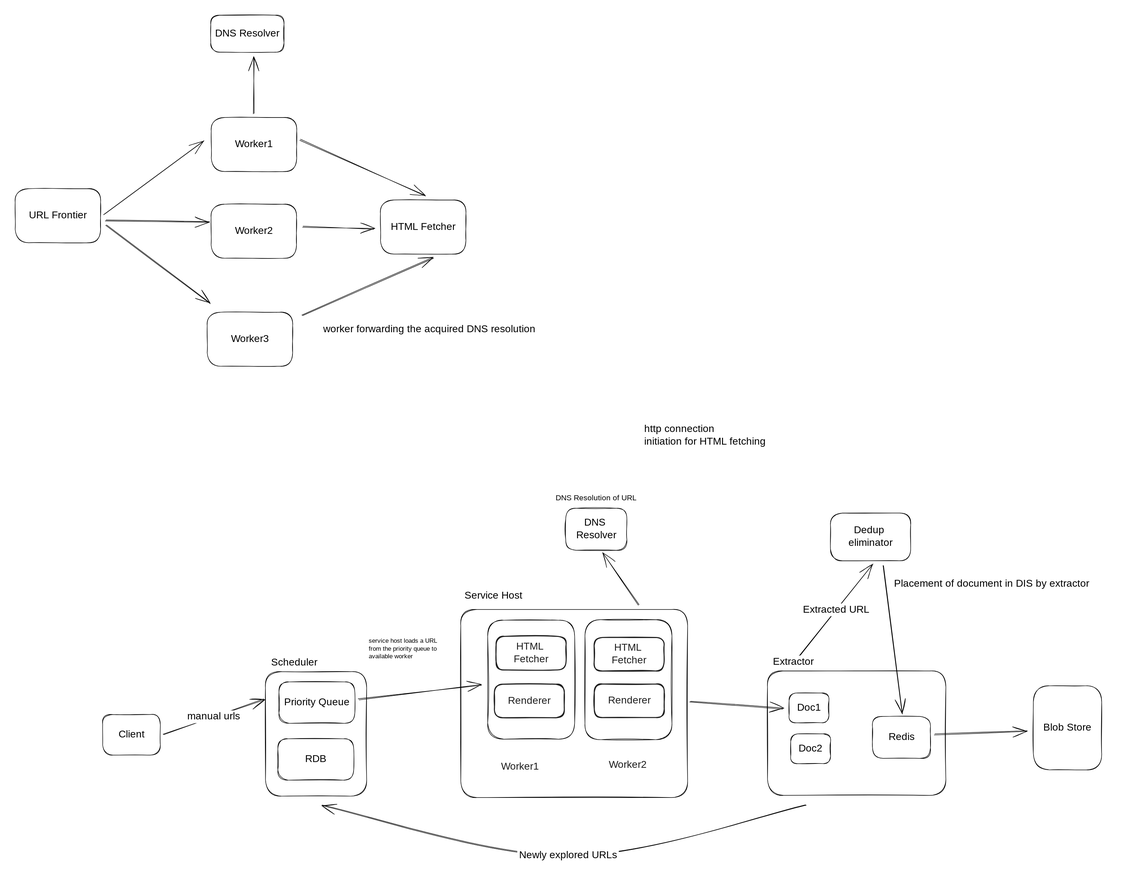
Earlier version of the Excalidraw export .gitbook/assets/file.excalidraw (14).svg (dongzeli95/swe-interview). Source tidied: one line per element, renumbered; positions are measured from the earlier drawing's top-left corner, leaving out a move shared by most shapes.
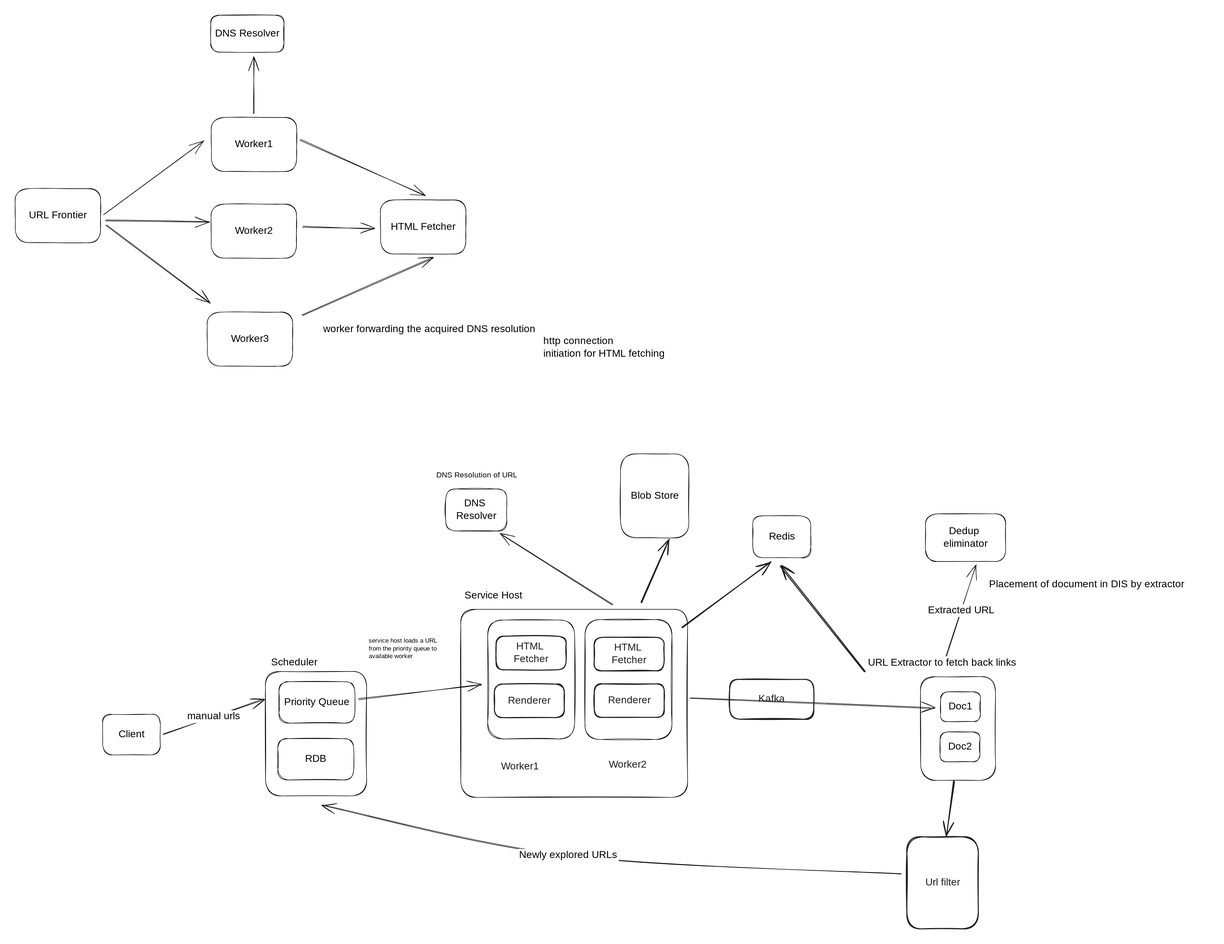
Later version of the same file.

Commit message:
GITBOOK-175: change request with no subject merged in GitBook

The edit, as a diff of the source:
```diff
@@ -29,34 +29,32 @@
 {"id": 28, "type": "rectangle", "strokeColor": "#000000", "strokeWidth": 1, "roughness": 1, "round": true, "x": 881, "y": 1174, "width": 448, "height": 372}
 {"id": 29, "type": "text", "text": "Service Host", "strokeColor": "#000000", "strokeWidth": 1, "roughness": 1, "fontSize": 20, "fontFamily": 1, "x": 888, "y": 1135, "width": 122, "height": 25}
 {"id": 30, "type": "rectangle", "strokeColor": "#000000", "strokeWidth": 1, "roughness": 1, "round": true, "x": 934, "y": 1196, "width": 172, "height": 235}
-{"id": 31, "type": "rectangle", "strokeColor": "#000000", "strokeWidth": 1, "roughness": 1, "round": true, "x": 1487, "y": 1296, "width": 352, "height": 246}
+{"id": 31, "type": "rectangle", "strokeColor": "#000000", "strokeWidth": 1, "roughness": 1, "round": true, "x": 1789, "y": 1308, "width": 148, "height": 205}
-{"id": 32, "type": "text", "text": "Extractor", "strokeColor": "#000000", "strokeWidth": 1, "roughness": 1, "fontSize": 20, "fontFamily": 1, "x": 1498, "y": 1266, "width": 99, "height": 25}
+{"id": 32, "type": "text", "text": "URL Extractor to fetch back links", "strokeColor": "#000000", "strokeWidth": 1, "roughness": 1, "fontSize": 20, "fontFamily": 1, "x": 1685, "y": 1268, "width": 346, "height": 25}
-{"id": 33, "type": "rectangle", "strokeColor": "#000000", "strokeWidth": 1, "roughness": 1, "round": true, "x": 1694, "y": 1386, "width": 115, "height": 83}
+{"id": 33, "type": "rectangle", "strokeColor": "#000000", "strokeWidth": 1, "roughness": 1, "round": true, "x": 1458, "y": 990, "width": 115, "height": 83}
-{"id": 34, "type": "text", "text": "Redis", "strokeColor": "#000000", "strokeWidth": 1, "roughness": 1, "fontSize": 20, "fontFamily": 1, "textAlign": "center", "verticalAlign": "middle", "inside": 33, "x": 1726, "y": 1415, "width": 51, "height": 25}
+{"id": 34, "type": "text", "text": "Redis", "strokeColor": "#000000", "strokeWidth": 1, "roughness": 1, "fontSize": 20, "fontFamily": 1, "textAlign": "center", "verticalAlign": "middle", "inside": 33, "x": 1489, "y": 1019, "width": 51, "height": 25}
-{"id": 35, "type": "rectangle", "strokeColor": "#000000", "strokeWidth": 1, "roughness": 1, "round": true, "x": 1529, "y": 1339, "width": 79, "height": 59}
+{"id": 35, "type": "rectangle", "strokeColor": "#000000", "strokeWidth": 1, "roughness": 1, "round": true, "x": 1829, "y": 1337, "width": 79, "height": 59}
-{"id": 36, "type": "text", "text": "Doc1", "strokeColor": "#000000", "strokeWidth": 1, "roughness": 1, "fontSize": 20, "fontFamily": 1, "textAlign": "center", "verticalAlign": "middle", "inside": 35, "x": 1548, "y": 1356, "width": 42, "height": 25}
+{"id": 36, "type": "text", "text": "Doc1", "strokeColor": "#000000", "strokeWidth": 1, "roughness": 1, "fontSize": 20, "fontFamily": 1, "textAlign": "center", "verticalAlign": "middle", "inside": 35, "x": 1847, "y": 1354, "width": 42, "height": 25}
-{"id": 37, "type": "rectangle", "strokeColor": "#000000", "strokeWidth": 1, "roughness": 1, "round": true, "x": 1533, "y": 1420, "width": 79, "height": 59}
+{"id": 37, "type": "rectangle", "strokeColor": "#000000", "strokeWidth": 1, "roughness": 1, "round": true, "x": 1828, "y": 1417, "width": 79, "height": 59}
-{"id": 38, "type": "text", "text": "Doc2", "strokeColor": "#000000", "strokeWidth": 1, "roughness": 1, "fontSize": 20, "fontFamily": 1, "textAlign": "center", "verticalAlign": "middle", "inside": 37, "x": 1547, "y": 1437, "width": 51, "height": 25}
+{"id": 38, "type": "text", "text": "Doc2", "strokeColor": "#000000", "strokeWidth": 1, "roughness": 1, "fontSize": 20, "fontFamily": 1, "textAlign": "center", "verticalAlign": "middle", "inside": 37, "x": 1842, "y": 1434, "width": 51, "height": 25}
-{"id": 39, "type": "rectangle", "strokeColor": "#000000", "strokeWidth": 1, "roughness": 1, "round": true, "x": 1611, "y": 984, "width": 158, "height": 94}
+{"id": 39, "type": "rectangle", "strokeColor": "#000000", "strokeWidth": 1, "roughness": 1, "round": true, "x": 1799, "y": 986, "width": 158, "height": 94}
-{"id": 40, "type": "text", "text": "Dedup \neliminator", "strokeColor": "#000000", "strokeWidth": 1, "roughness": 1, "fontSize": 20, "fontFamily": 1, "textAlign": "center", "verticalAlign": "middle", "inside": 39, "x": 1645, "y": 1006, "width": 91, "height": 50}
+{"id": 40, "type": "text", "text": "Dedup \neliminator", "strokeColor": "#000000", "strokeWidth": 1, "roughness": 1, "fontSize": 20, "fontFamily": 1, "textAlign": "center", "verticalAlign": "middle", "inside": 39, "x": 1832, "y": 1008, "width": 91, "height": 50}
-{"id": 41, "type": "rectangle", "strokeColor": "#000000", "strokeWidth": 1, "roughness": 1, "round": true, "x": 2012, "y": 1325, "width": 135, "height": 166}
+{"id": 41, "type": "rectangle", "strokeColor": "#000000", "strokeWidth": 1, "roughness": 1, "round": true, "x": 1196, "y": 867, "width": 135, "height": 166}
-{"id": 42, "type": "text", "text": "Blob Store", "strokeColor": "#000000", "strokeWidth": 1, "roughness": 1, "fontSize": 20, "fontFamily": 1, "textAlign": "center", "verticalAlign": "middle", "inside": 41, "x": 2027, "y": 1396, "width": 105, "height": 25}
+{"id": 42, "type": "text", "text": "Blob Store", "strokeColor": "#000000", "strokeWidth": 1, "roughness": 1, "fontSize": 20, "fontFamily": 1, "textAlign": "center", "verticalAlign": "middle", "inside": 41, "x": 1211, "y": 938, "width": 105, "height": 25}
 {"id": 43, "type": "arrow", "strokeColor": "#000000", "strokeWidth": 1, "roughness": 1, "endArrowhead": "arrow", "round": true, "from": 24, "to": 30, "x": 679, "y": 1351, "width": 242, "height": 28, "points": [[0, 0], [242, -28]]}
 {"id": 44, "type": "text", "text": "service host loads a URL\nfrom the priority queue to \navailable worker", "strokeColor": "#000000", "strokeWidth": 1, "roughness": 1, "fontSize": 12.35, "fontFamily": 1, "x": 699, "y": 1229, "width": 166, "height": 46}
-{"id": 45, "type": "rectangle", "strokeColor": "#000000", "strokeWidth": 1, "roughness": 1, "round": true, "x": 1088, "y": 974, "width": 121, "height": 83}
+{"id": 45, "type": "rectangle", "strokeColor": "#000000", "strokeWidth": 1, "roughness": 1, "round": true, "x": 851, "y": 936, "width": 121, "height": 83}
-{"id": 46, "type": "text", "text": "DNS \nResolver", "strokeColor": "#000000", "strokeWidth": 1, "roughness": 1, "fontSize": 20, "fontFamily": 1, "textAlign": "center", "verticalAlign": "middle", "inside": 45, "x": 1108, "y": 991, "width": 82, "height": 50}
+{"id": 46, "type": "text", "text": "DNS \nResolver", "strokeColor": "#000000", "strokeWidth": 1, "roughness": 1, "fontSize": 20, "fontFamily": 1, "textAlign": "center", "verticalAlign": "middle", "inside": 45, "x": 870, "y": 953, "width": 82, "height": 50}
-{"id": 47, "type": "arrow", "strokeColor": "#000000", "strokeWidth": 1, "roughness": 1, "endArrowhead": "arrow", "round": true, "from": 28, "to": 45, "x": 1232, "y": 1166, "width": 70, "height": 103, "points": [[0, 0], [-70, -103]]}
+{"id": 47, "type": "arrow", "strokeColor": "#000000", "strokeWidth": 1, "roughness": 1, "endArrowhead": "arrow", "round": true, "from": 28, "to": 45, "x": 1181, "y": 1166, "width": 221, "height": 141, "points": [[0, 0], [-221, -141]]}
-{"id": 48, "type": "text", "text": "DNS Resolution of URL", "strokeColor": "#000000", "strokeWidth": 1, "roughness": 1, "fontSize": 14.95, "fontFamily": 1, "x": 1068, "y": 945, "width": 172, "height": 19}
+{"id": 48, "type": "text", "text": "DNS Resolution of URL", "strokeColor": "#000000", "strokeWidth": 1, "roughness": 1, "fontSize": 14.95, "fontFamily": 1, "x": 832, "y": 900, "width": 172, "height": 19}
-{"id": 49, "type": "text", "text": "http connection \ninitiation for HTML fetching", "strokeColor": "#000000", "strokeWidth": 1, "roughness": 1, "fontSize": 20, "fontFamily": 1, "x": 1243, "y": 806, "width": 273, "height": 50}
+{"id": 49, "type": "text", "text": "http connection \ninitiation for HTML fetching", "strokeColor": "#000000", "strokeWidth": 1, "roughness": 1, "fontSize": 20, "fontFamily": 1, "x": 1044, "y": 632, "width": 273, "height": 50}
-{"id": 50, "type": "arrow", "strokeColor": "#000000", "strokeWidth": 1, "roughness": 1, "endArrowhead": "arrow", "round": true, "from": 32, "to": 39, "x": 1550, "y": 1265, "width": 145, "height": 180, "points": [[0, 0], [145, -180]]}
+{"id": 50, "type": "arrow", "strokeColor": "#000000", "strokeWidth": 1, "roughness": 1, "endArrowhead": "arrow", "round": true, "from": 32, "to": 39, "x": 1840, "y": 1267, "width": 59, "height": 180, "points": [[0, 0], [59, -180]]}
 {"id": 51, "type": "text", "text": "Extracted URL", "strokeColor": "#000000", "strokeWidth": 1, "roughness": 1, "fontSize": 20, "fontFamily": 1, "textAlign": "center", "verticalAlign": "middle", "inside": 50, "x": 1547, "y": 1163, "width": 151, "height": 25}
-{"id": 52, "type": "arrow", "strokeColor": "#000000", "strokeWidth": 1, "roughness": 1, "endArrowhead": "arrow", "round": true, "from": 39, "to": 33, "x": 1715, "y": 1087, "width": 38, "height": 293, "points": [[0, 0], [38, 293]]}
-{"id": 53, "type": "text", "text": "Placement of document in DIS by extractor", "strokeColor": "#000000", "strokeWidth": 1, "roughness": 1, "fontSize": 20, "fontFamily": 1, "x": 1737, "y": 1111, "width": 434, "height": 25}
+{"id": 53, "type": "text", "text": "Placement of document in DIS by extractor", "strokeColor": "#000000", "strokeWidth": 1, "roughness": 1, "fontSize": 20, "fontFamily": 1, "x": 1924, "y": 1113, "width": 434, "height": 25}
-{"id": 54, "type": "arrow", "strokeColor": "#000000", "strokeWidth": 1, "roughness": 1, "endArrowhead": "arrow", "round": true, "from": 33, "to": 41, "x": 1817, "y": 1421, "width": 182, "height": 6, "points": [[0, 0], [182, -6]]}
-{"id": 55, "type": "arrow", "strokeColor": "#000000", "strokeWidth": 1, "roughness": 1, "endArrowhead": "arrow", "round": true, "from": 28, "to": 35, "x": 1334, "y": 1358, "width": 183, "height": 13, "points": [[0, 0], [183, 13]]}
+{"id": 55, "type": "arrow", "strokeColor": "#000000", "strokeWidth": 1, "roughness": 1, "endArrowhead": "arrow", "round": true, "from": 28, "to": 35, "x": 1334, "y": 1351, "width": 483, "height": 19, "points": [[0, 0], [483, 19]]}
 {"id": 56, "type": "arrow", "strokeColor": "#000000", "strokeWidth": 1, "roughness": 1, "endArrowhead": "arrow", "round": true, "from": 20, "to": 22, "x": 292, "y": 1422, "width": 200, "height": 70, "points": [[0, 0], [200, -70]]}
 {"id": 57, "type": "text", "text": "manual urls", "strokeColor": "#000000", "strokeWidth": 1, "roughness": 1, "fontSize": 20, "fontFamily": 1, "textAlign": "center", "verticalAlign": "middle", "inside": 56, "x": 337, "y": 1374, "width": 111, "height": 25}
-{"id": 58, "type": "arrow", "strokeColor": "#000000", "strokeWidth": 1, "roughness": 1, "endArrowhead": "arrow", "round": true, "from": 31, "to": 22, "x": 1563, "y": 1561, "width": 958, "height": 100, "points": [[0, 0], [-470, 100], [-958, 0]]}
+{"id": 58, "type": "arrow", "strokeColor": "#000000", "strokeWidth": 1, "roughness": 1, "endArrowhead": "arrow", "round": true, "from": 76, "to": 22, "x": 1751, "y": 1697, "width": 1146, "height": 136, "points": [[0, 0], [-659, -37], [-1146, -136]]}
 {"id": 59, "type": "text", "text": "Newly explored URLs", "strokeColor": "#000000", "strokeWidth": 1, "roughness": 1, "fontSize": 20, "fontFamily": 1, "textAlign": "center", "verticalAlign": "middle", "inside": 58, "x": 992, "y": 1648, "width": 201, "height": 25}
 {"id": 60, "type": "rectangle", "strokeColor": "#1e1e1e", "strokeWidth": 2, "roughness": 1, "round": true, "x": 950, "y": 1228, "width": 138, "height": 66}
 {"id": 61, "type": "text", "text": "HTML \nFetcher", "strokeColor": "#1e1e1e", "strokeWidth": 2, "roughness": 1, "fontSize": 20, "fontFamily": 1, "textAlign": "center", "verticalAlign": "middle", "inside": 60, "x": 983, "y": 1236, "width": 73, "height": 50}
@@ -69,3 +67,11 @@
 {"id": 68, "type": "text", "text": "Renderer", "strokeColor": "#1e1e1e", "strokeWidth": 2, "roughness": 1, "fontSize": 20, "fontFamily": 1, "textAlign": "center", "verticalAlign": "middle", "inside": 67, "x": 1171, "y": 1342, "width": 84, "height": 25}
 {"id": 69, "type": "text", "text": "Worker1", "strokeColor": "#1e1e1e", "strokeWidth": 2, "roughness": 1, "fontSize": 20, "fontFamily": 1, "x": 960, "y": 1473, "width": 69, "height": 25}
 {"id": 70, "type": "text", "text": "Worker2", "strokeColor": "#1e1e1e", "strokeWidth": 2, "roughness": 1, "fontSize": 20, "fontFamily": 1, "x": 1173, "y": 1469, "width": 78, "height": 25}
+{"id": 71, "type": "arrow", "strokeColor": "#1e1e1e", "strokeWidth": 2, "roughness": 1, "endArrowhead": "arrow", "round": true, "from": 64, "to": 33, "x": 1318, "y": 1210, "width": 174, "height": 129, "points": [[0, 0], [174, -129]]}
+{"id": 72, "type": "arrow", "strokeColor": "#1e1e1e", "strokeWidth": 2, "roughness": 1, "endArrowhead": "arrow", "round": true, "from": 28, "to": 41, "x": 1238, "y": 1161, "width": 55, "height": 124, "points": [[0, 0], [55, -124]]}
+{"id": 73, "type": "arrow", "strokeColor": "#1e1e1e", "strokeWidth": 2, "roughness": 1, "endArrowhead": "arrow", "round": true, "from": 32, "to": 33, "x": 1679, "y": 1298, "width": 167, "height": 209, "points": [[0, 0], [-167, -209]]}
+{"id": 74, "type": "rectangle", "strokeColor": "#1e1e1e", "strokeWidth": 2, "roughness": 1, "round": true, "x": 1412, "y": 1313, "width": 166, "height": 79}
+{"id": 75, "type": "text", "text": "Kafka", "strokeColor": "#1e1e1e", "strokeWidth": 2, "roughness": 1, "fontSize": 20, "fontFamily": 1, "textAlign": "center", "verticalAlign": "middle", "inside": 74, "x": 1466, "y": 1340, "width": 58, "height": 25}
+{"id": 76, "type": "rectangle", "strokeColor": "#1e1e1e", "strokeWidth": 2, "roughness": 1, "round": true, "x": 1762, "y": 1624, "width": 141, "height": 182}
+{"id": 77, "type": "text", "text": "Url filter", "strokeColor": "#1e1e1e", "strokeWidth": 2, "roughness": 1, "fontSize": 20, "fontFamily": 1, "textAlign": "center", "verticalAlign": "middle", "inside": 76, "x": 1789, "y": 1702, "width": 88, "height": 25}
+{"id": 78, "type": "arrow", "strokeColor": "#1e1e1e", "strokeWidth": 2, "roughness": 1, "endArrowhead": "arrow", "round": true, "from": 31, "to": 76, "x": 1855, "y": 1513, "width": 15, "height": 109, "points": [[0, 0], [-15, 109]]}
```
